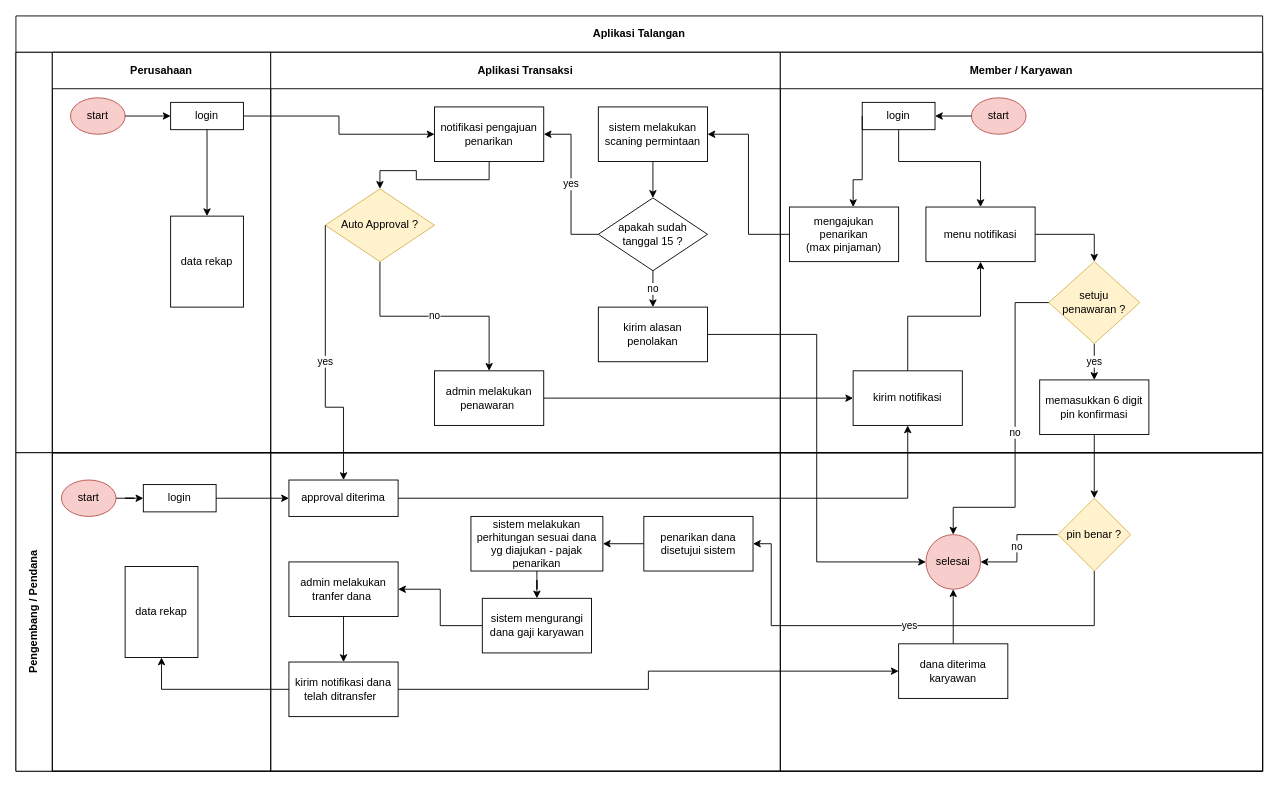
Earlier version of the draw.io diagram page "Page-1" (1 of 3) of Transaksi Aplikasi Diagram.drawio (taufik22/LARAVEL-AIRPUTIH). Source tidied: cells renumbered, new cells numbered last; positions are measured from the earlier drawing's top-left corner, leaving out a move shared by most shapes. Both pictures are drawn from the tidied source at 91%, with x=0, y=0 at pixel (15, 15).
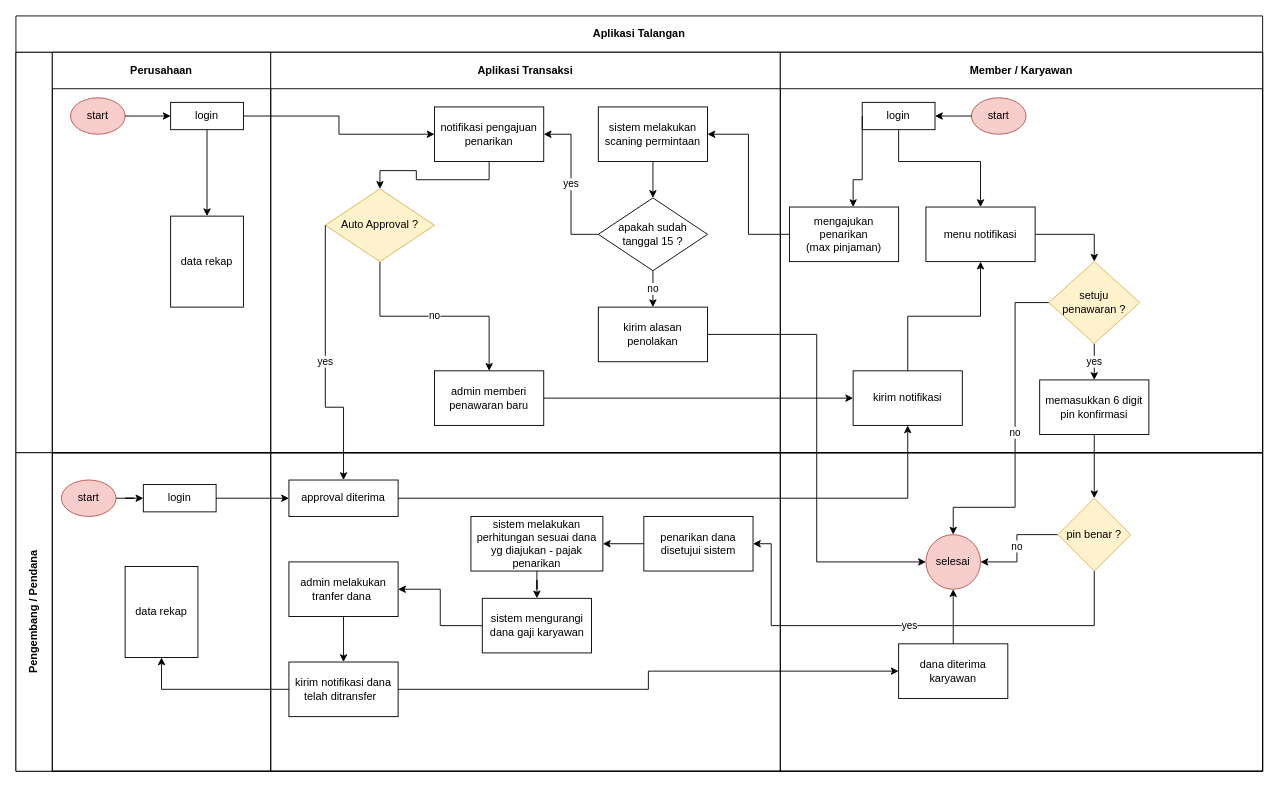
The same page after the edit.

Unchanged cells that the change refers to:
```xml
<mxCell id="10" value="Aplikasi Transaksi" style="swimlane;startSize=40;html=1;whiteSpace=wrap;" parent="3" vertex="1">
  <mxGeometry x="280" width="560" height="440" as="geometry" />
</mxCell>
```

Diff of the diagram source:
```diff
@@
-    <mxCell id="20" value="admin melakukan penawaran&amp;nbsp;" style="whiteSpace=wrap;html=1;" parent="10" vertex="1">
+    <mxCell id="20" value="admin memberi penawaran baru" style="whiteSpace=wrap;html=1;" parent="10" vertex="1">
       <mxGeometry x="180" y="350" width="120" height="60" as="geometry" />
     </mxCell>
```
